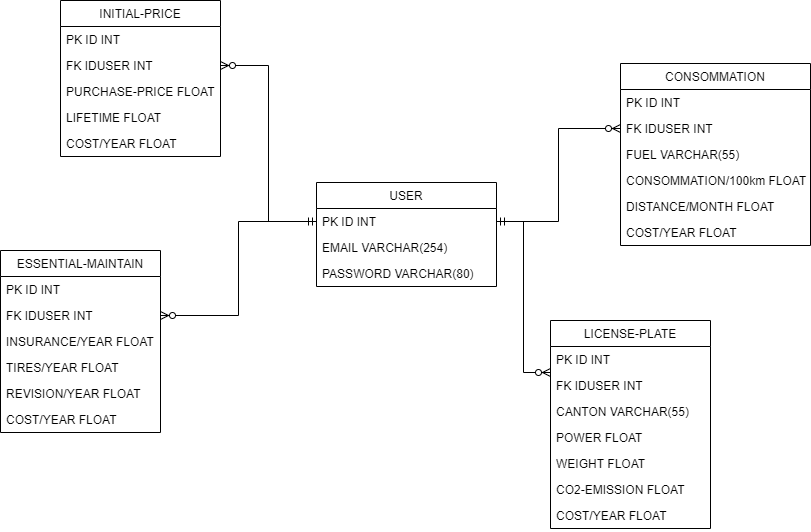
This is Documentation/Sprint1/DB-MLD.PNG from ThomasCPNV/CcubeProject, a draw.io export, as it was before one commit. Source tidied: cells renumbered, new cells last; positions are measured from the earlier drawing's top-left corner, leaving out a move shared by most shapes.
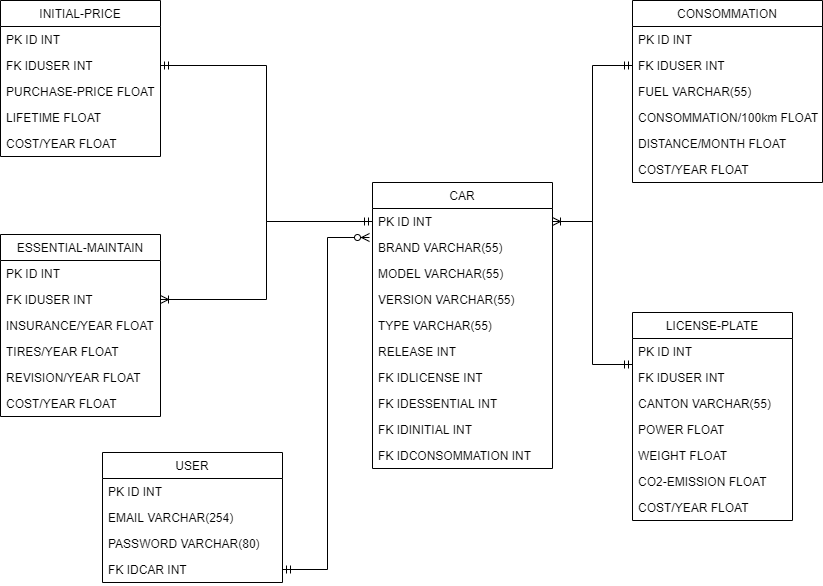
After the change.

Diff of the diagram source:
```diff
@@ -2,20 +2,41 @@
   <root>
     <mxCell id="0" />
     <mxCell id="1" parent="0" />
-    <mxCell id="2" value="USER" style="swimlane;fontStyle=0;horizontal=1;startSize=26;fillColor=none;" parent="1" vertex="1">
-      <mxGeometry x="316" y="182" width="180" height="104" as="geometry" />
+    <mxCell id="2" value="CAR" style="swimlane;fontStyle=0;horizontal=1;startSize=26;fillColor=none;" parent="1" vertex="1">
+      <mxGeometry x="432" y="182" width="180" height="286" as="geometry" />
     </mxCell>
     <mxCell id="3" value="PK ID INT" style="text;strokeColor=none;fillColor=none;align=left;verticalAlign=top;spacingLeft=4;spacingRight=4;overflow=hidden;points=[[0,0.5],[1,0.5]];portConstraint=eastwest;" parent="2" vertex="1">
       <mxGeometry y="26" width="180" height="26" as="geometry" />
     </mxCell>
-    <mxCell id="4" value="EMAIL VARCHAR(254)" style="text;strokeColor=none;fillColor=none;align=left;verticalAlign=top;spacingLeft=4;spacingRight=4;overflow=hidden;" parent="2" vertex="1">
+    <mxCell id="4" value="BRAND VARCHAR(55)" style="text;strokeColor=none;fillColor=none;align=left;verticalAlign=top;spacingLeft=4;spacingRight=4;overflow=hidden;" parent="2" vertex="1">
       <mxGeometry y="52" width="180" height="26" as="geometry" />
     </mxCell>
-    <mxCell id="5" value="PASSWORD VARCHAR(80)" style="text;strokeColor=none;fillColor=none;align=left;verticalAlign=top;spacingLeft=4;spacingRight=4;overflow=hidden;" parent="2" vertex="1">
+    <mxCell id="5" value="MODEL VARCHAR(55)" style="text;strokeColor=none;fillColor=none;align=left;verticalAlign=top;spacingLeft=4;spacingRight=4;overflow=hidden;" parent="2" vertex="1">
       <mxGeometry y="78" width="180" height="26" as="geometry" />
     </mxCell>
+    <mxCell id="38" value="VERSION VARCHAR(55)" style="text;strokeColor=none;fillColor=none;align=left;verticalAlign=top;spacingLeft=4;spacingRight=4;overflow=hidden;" parent="2" vertex="1">
+      <mxGeometry y="104" width="180" height="26" as="geometry" />
+    </mxCell>
+    <mxCell id="39" value="TYPE VARCHAR(55)" style="text;strokeColor=none;fillColor=none;align=left;verticalAlign=top;spacingLeft=4;spacingRight=4;overflow=hidden;" parent="2" vertex="1">
+      <mxGeometry y="130" width="180" height="26" as="geometry" />
+    </mxCell>
+    <mxCell id="40" value="RELEASE INT" style="text;strokeColor=none;fillColor=none;align=left;verticalAlign=top;spacingLeft=4;spacingRight=4;overflow=hidden;" parent="2" vertex="1">
+      <mxGeometry y="156" width="180" height="26" as="geometry" />
+    </mxCell>
+    <mxCell id="41" value="FK IDLICENSE INT" style="text;strokeColor=none;fillColor=none;align=left;verticalAlign=top;spacingLeft=4;spacingRight=4;overflow=hidden;" parent="2" vertex="1">
+      <mxGeometry y="182" width="180" height="26" as="geometry" />
+    </mxCell>
+    <mxCell id="42" value="FK IDESSENTIAL INT" style="text;strokeColor=none;fillColor=none;align=left;verticalAlign=top;spacingLeft=4;spacingRight=4;overflow=hidden;" parent="2" vertex="1">
+      <mxGeometry y="208" width="180" height="26" as="geometry" />
+    </mxCell>
+    <mxCell id="43" value="FK IDINITIAL INT" style="text;strokeColor=none;fillColor=none;align=left;verticalAlign=top;spacingLeft=4;spacingRight=4;overflow=hidden;" parent="2" vertex="1">
+      <mxGeometry y="234" width="180" height="26" as="geometry" />
+    </mxCell>
+    <mxCell id="44" value="FK IDCONSOMMATION INT" style="text;strokeColor=none;fillColor=none;align=left;verticalAlign=top;spacingLeft=4;spacingRight=4;overflow=hidden;" parent="2" vertex="1">
+      <mxGeometry y="260" width="180" height="26" as="geometry" />
+    </mxCell>
     <mxCell id="6" value="LICENSE-PLATE" style="swimlane;fontStyle=0;horizontal=1;startSize=26;fillColor=none;" parent="1" vertex="1">
-      <mxGeometry x="550" y="320" width="160" height="208" as="geometry" />
+      <mxGeometry x="692" y="312" width="160" height="208" as="geometry" />
     </mxCell>
     <mxCell id="7" value="PK ID INT" style="text;strokeColor=none;fillColor=none;align=left;verticalAlign=top;spacingLeft=4;spacingRight=4;overflow=hidden;" parent="6" vertex="1">
       <mxGeometry y="26" width="160" height="26" as="geometry" />
@@ -39,7 +60,7 @@
       <mxGeometry y="182" width="160" height="26" as="geometry" />
     </mxCell>
     <mxCell id="14" value="ESSENTIAL-MAINTAIN" style="swimlane;fontStyle=0;horizontal=1;startSize=26;fillColor=none;" parent="1" vertex="1">
-      <mxGeometry y="250" width="160" height="182" as="geometry" />
+      <mxGeometry x="60" y="234" width="160" height="182" as="geometry" />
     </mxCell>
     <mxCell id="15" value="PK ID INT" style="text;strokeColor=none;fillColor=none;align=left;verticalAlign=top;spacingLeft=4;spacingRight=4;overflow=hidden;" parent="14" vertex="1">
       <mxGeometry y="26" width="160" height="26" as="geometry" />
@@ -78,7 +99,7 @@
       <mxGeometry y="130" width="160" height="26" as="geometry" />
     </mxCell>
     <mxCell id="27" value="CONSOMMATION" style="swimlane;fontStyle=0;horizontal=1;startSize=26;fillColor=none;" parent="1" vertex="1">
-      <mxGeometry x="620" y="63" width="190" height="182" as="geometry" />
+      <mxGeometry x="692" width="190" height="182" as="geometry" />
     </mxCell>
     <mxCell id="28" value="PK ID INT" style="text;strokeColor=none;fillColor=none;align=left;verticalAlign=top;spacingLeft=4;spacingRight=4;overflow=hidden;" parent="27" vertex="1">
       <mxGeometry y="26" width="190" height="26" as="geometry" />
@@ -98,17 +119,35 @@
     <mxCell id="33" value="COST/YEAR FLOAT" style="text;strokeColor=none;fillColor=none;align=left;verticalAlign=top;spacingLeft=4;spacingRight=4;overflow=hidden;" parent="27" vertex="1">
       <mxGeometry y="156" width="190" height="26" as="geometry" />
     </mxCell>
-    <mxCell id="34" style="edgeStyle=orthogonalEdgeStyle;rounded=0;jettySize=auto;html=1;entryX=1;entryY=0.5;entryDx=0;entryDy=0;exitX=0;exitY=0.5;exitDx=0;exitDy=0;endArrow=ERzeroToMany;endFill=1;" parent="1" edge="1" source="3" target="23">
+    <mxCell id="34" style="edgeStyle=orthogonalEdgeStyle;rounded=0;jettySize=auto;html=1;entryX=1;entryY=0.5;entryDx=0;entryDy=0;exitX=0;exitY=0.5;exitDx=0;exitDy=0;endArrow=ERmandOne;endFill=0;" parent="1" edge="1" source="3" target="23">
       <mxGeometry relative="1" as="geometry" />
     </mxCell>
-    <mxCell id="35" style="edgeStyle=orthogonalEdgeStyle;rounded=0;jettySize=auto;html=1;exitX=0;exitY=0.5;exitDx=0;exitDy=0;endArrow=ERzeroToMany;endFill=1;startArrow=ERmandOne;startFill=0;" parent="1" edge="1" source="3" target="16">
+    <mxCell id="35" style="edgeStyle=orthogonalEdgeStyle;rounded=0;jettySize=auto;html=1;exitX=0;exitY=0.5;exitDx=0;exitDy=0;endArrow=ERoneToMany;endFill=0;startArrow=ERmandOne;startFill=0;" parent="1" edge="1" source="3" target="16">
       <mxGeometry relative="1" as="geometry" />
     </mxCell>
-    <mxCell id="36" style="edgeStyle=orthogonalEdgeStyle;rounded=0;jettySize=auto;html=1;exitX=1;exitY=0.5;exitDx=0;exitDy=0;entryX=0;entryY=0.5;entryDx=0;entryDy=0;endArrow=ERzeroToMany;endFill=1;startArrow=ERmandOne;startFill=0;" parent="1" edge="1" source="3" target="29">
+    <mxCell id="36" style="edgeStyle=orthogonalEdgeStyle;rounded=0;jettySize=auto;html=1;exitX=1;exitY=0.5;exitDx=0;exitDy=0;entryX=0;entryY=0.5;entryDx=0;entryDy=0;endArrow=ERmandOne;endFill=0;startArrow=ERoneToMany;startFill=0;" parent="1" edge="1" source="3" target="29">
       <mxGeometry relative="1" as="geometry" />
     </mxCell>
-    <mxCell id="37" style="edgeStyle=orthogonalEdgeStyle;rounded=0;jettySize=auto;html=1;exitX=1;exitY=0.5;exitDx=0;exitDy=0;entryX=0;entryY=0.25;entryDx=0;entryDy=0;endArrow=ERzeroToMany;endFill=1;" parent="1" edge="1" source="3" target="6">
+    <mxCell id="37" style="edgeStyle=orthogonalEdgeStyle;rounded=0;jettySize=auto;html=1;exitX=1;exitY=0.5;exitDx=0;exitDy=0;entryX=0;entryY=0.25;entryDx=0;entryDy=0;endArrow=ERmandOne;endFill=0;" parent="1" edge="1" source="3" target="6">
       <mxGeometry relative="1" as="geometry" />
     </mxCell>
+    <mxCell id="45" value="USER" style="swimlane;fontStyle=0;horizontal=1;startSize=26;fillColor=none;" parent="1" vertex="1">
+      <mxGeometry x="162" y="452" width="180" height="130" as="geometry" />
+    </mxCell>
+    <mxCell id="46" value="PK ID INT" style="text;strokeColor=none;fillColor=none;align=left;verticalAlign=top;spacingLeft=4;spacingRight=4;overflow=hidden;" parent="45" vertex="1">
+      <mxGeometry y="26" width="180" height="26" as="geometry" />
+    </mxCell>
+    <mxCell id="47" value="EMAIL VARCHAR(254)" style="text;strokeColor=none;fillColor=none;align=left;verticalAlign=top;spacingLeft=4;spacingRight=4;overflow=hidden;" parent="45" vertex="1">
+      <mxGeometry y="52" width="180" height="26" as="geometry" />
+    </mxCell>
+    <mxCell id="48" value="PASSWORD VARCHAR(80)" style="text;strokeColor=none;fillColor=none;align=left;verticalAlign=top;spacingLeft=4;spacingRight=4;overflow=hidden;" parent="45" vertex="1">
+      <mxGeometry y="78" width="180" height="26" as="geometry" />
+    </mxCell>
+    <mxCell id="49" value="FK IDCAR INT" style="text;strokeColor=none;fillColor=none;align=left;verticalAlign=top;spacingLeft=4;spacingRight=4;overflow=hidden;points=[[0,0.5],[1,0.5]];portConstraint=eastwest;" parent="45" vertex="1">
+      <mxGeometry y="104" width="180" height="26" as="geometry" />
+    </mxCell>
+    <mxCell id="50" style="edgeStyle=orthogonalEdgeStyle;rounded=0;jettySize=auto;html=1;exitX=1;exitY=0.5;exitDx=0;exitDy=0;startArrow=ERmandOne;startFill=0;endArrow=ERzeroToMany;endFill=1;entryX=-0.017;entryY=1.115;entryDx=0;entryDy=0;entryPerimeter=0;" parent="1" edge="1" source="49" target="3">
+      <mxGeometry relative="1" as="geometry" />
+    </mxCell>
   </root>
 </mxGraphModel>
```
